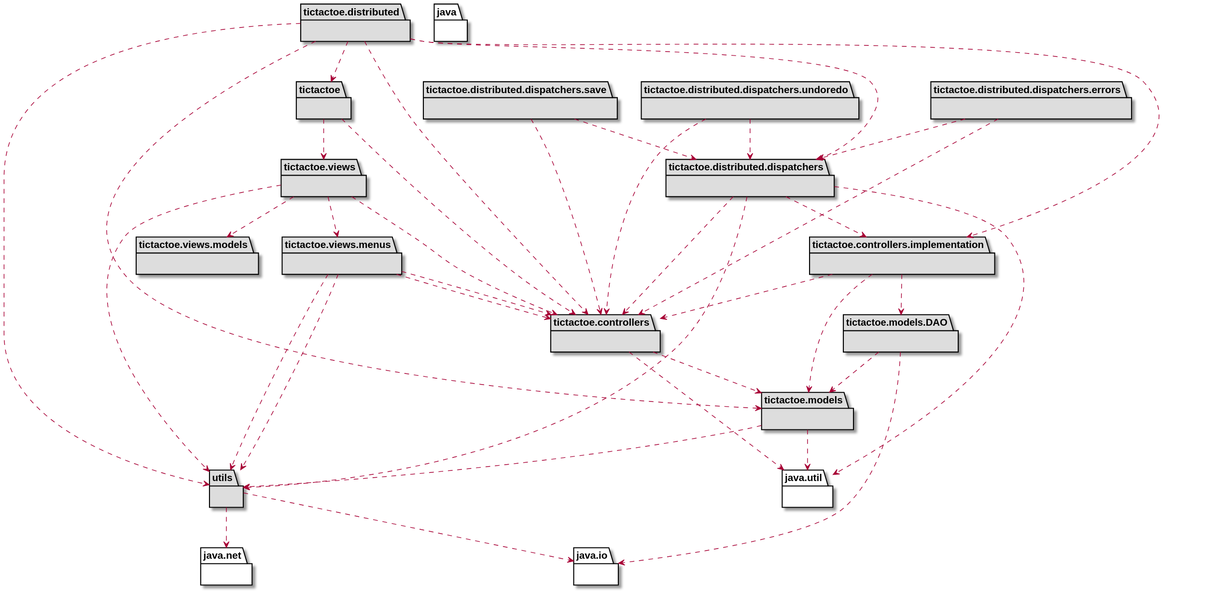
x-USantaTecla-game-ticTacToe/java keeps this PlantUML diagram as docs/build/docs/asciidoc/images/arquitecturaVersion12.svg. Above is the earlier version.
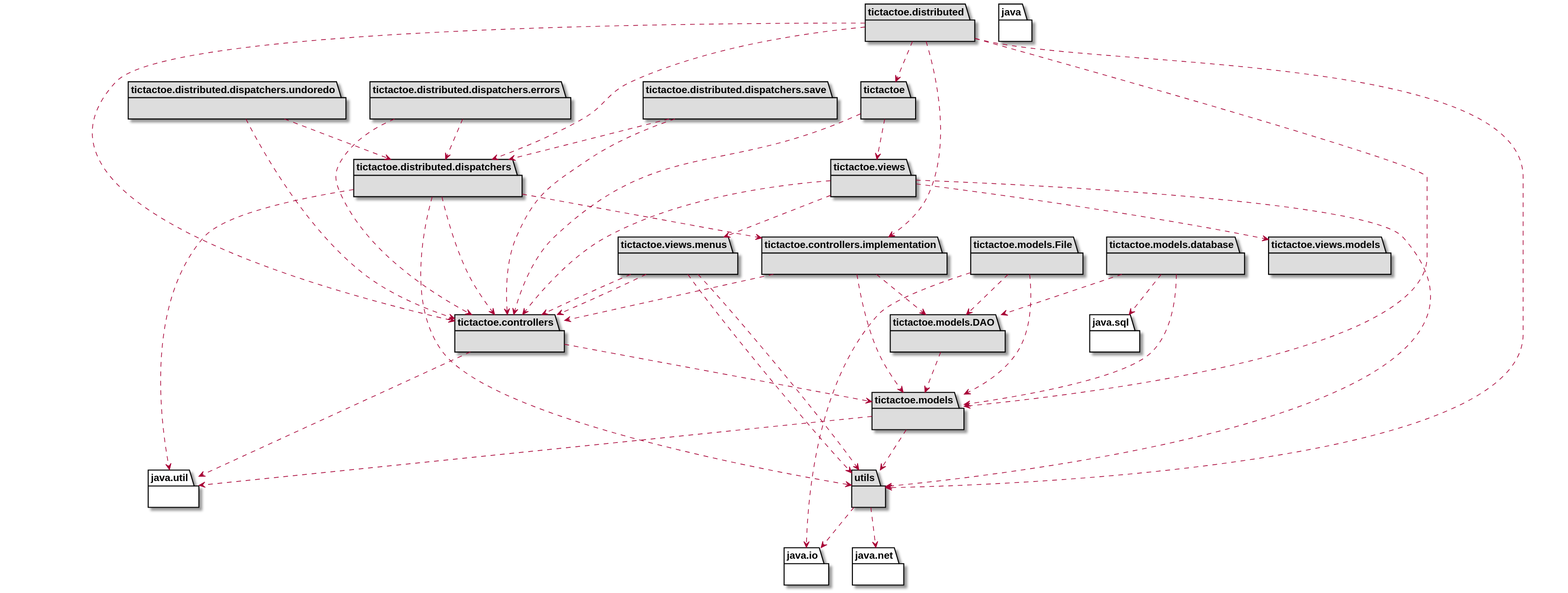
After the change.

Change to the diagram source:
```diff
@@ -45,9 +45,19 @@
 tictactoe.models .down.> utils
 
 package tictactoe.models.DAO #DDDDDD { }
+tictactoe.models.DAO .down.> tictactoe.models
+
+package tictactoe.models.database #DDDDDD { }
+package java.sql{ }
+tictactoe.models.database .down.> tictactoe.models
+tictactoe.models.database .down.> tictactoe.models.DAO
+tictactoe.models.database .down.> java.sql
+
+package tictactoe.models.File #DDDDDD { }
 package java.io{ }
-tictactoe.models.DAO .down.> tictactoe.models
-tictactoe.models.DAO .down.> java.io
+tictactoe.models.File .down.> tictactoe.models
+tictactoe.models.File .down.> tictactoe.models.DAO
+tictactoe.models.File .down.> java.io
 
 package utils #DDDDDD { }
 package java.io{ }
```
